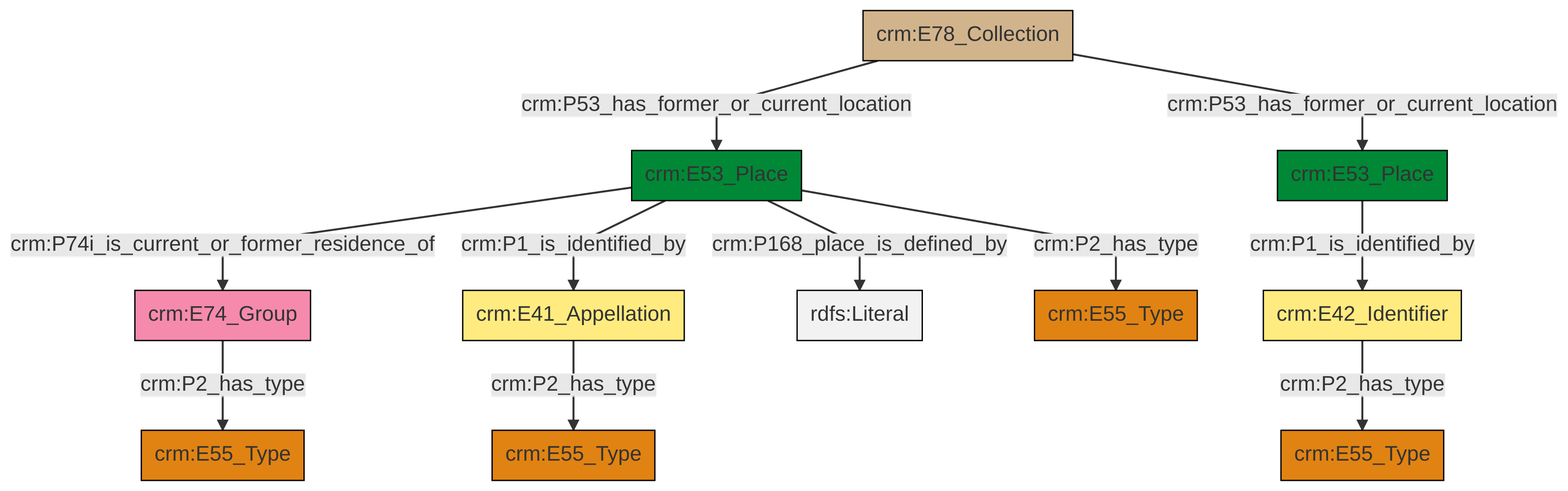
swiss-art-research-net/docs.swissartresearch keeps this Mermaid diagram as et/archivalCSV/ttl/mmd/png/archival_location.png. Above is the earlier version. Its source is kept beside it as et/archivalCSV/ttl/mmd/archival_location.ttl.mmd.
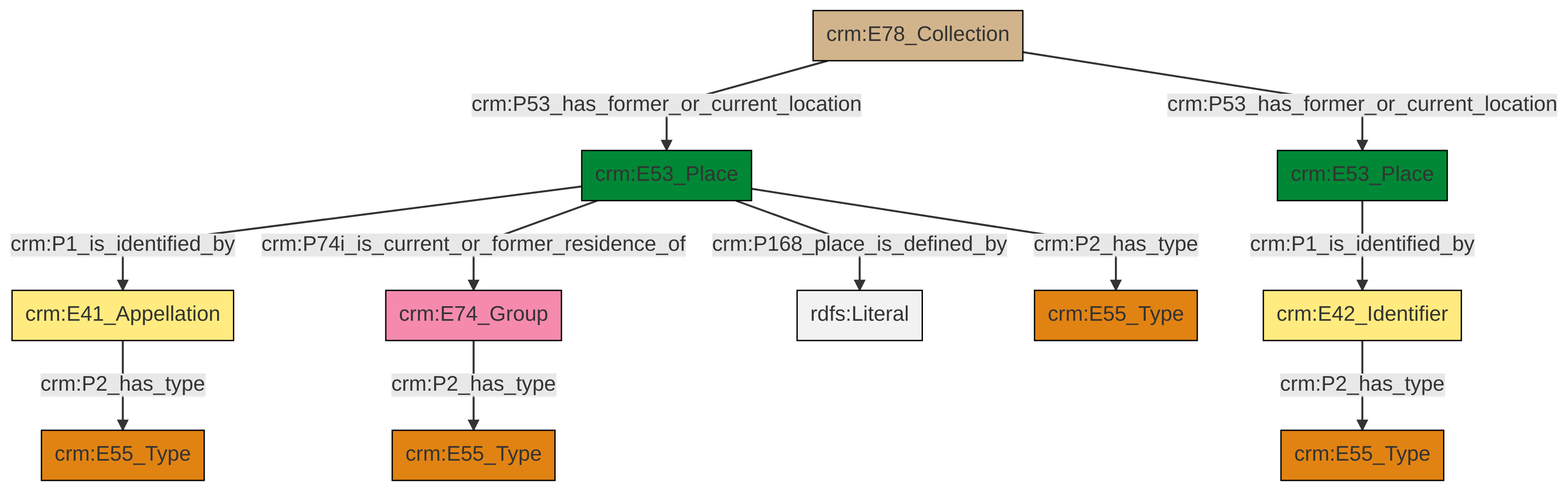
After the change.

What changed in the source:
```diff
@@ -13,13 +13,13 @@
 classDef PC_Classes fill:#4ce600, stroke:#000000;
 classDef Multi fill:#cccccc,stroke:#000000;
 
-0["crm:E53_Place"]:::Place -->|crm:P74i_is_current_or_former_residence_of| 1["crm:E74_Group"]:::Actor
-8["crm:E78_Collection"]:::Physical_Thing -->|crm:P53_has_former_or_current_location| 0["crm:E53_Place"]:::Place
-0["crm:E53_Place"]:::Place -->|crm:P1_is_identified_by| 9["crm:E41_Appellation"]:::Appellation
-0["crm:E53_Place"]:::Place -->|crm:P168_place_is_defined_by| 10[rdfs:Literal]:::Literal
-0["crm:E53_Place"]:::Place -->|crm:P2_has_type| 13["crm:E55_Type"]:::Type
-8["crm:E78_Collection"]:::Physical_Thing -->|crm:P53_has_former_or_current_location| 14["crm:E53_Place"]:::Place
-9["crm:E41_Appellation"]:::Appellation -->|crm:P2_has_type| 11["crm:E55_Type"]:::Type
-14["crm:E53_Place"]:::Place -->|crm:P1_is_identified_by| 2["crm:E42_Identifier"]:::Appellation
-1["crm:E74_Group"]:::Actor -->|crm:P2_has_type| 6["crm:E55_Type"]:::Type
-2["crm:E42_Identifier"]:::Appellation -->|crm:P2_has_type| 4["crm:E55_Type"]:::Type
+0["crm:E41_Appellation"]:::Appellation -->|crm:P2_has_type| 1["crm:E55_Type"]:::Type
+2["crm:E53_Place"]:::Place -->|crm:P1_is_identified_by| 0["crm:E41_Appellation"]:::Appellation
+3["crm:E53_Place"]:::Place -->|crm:P1_is_identified_by| 4["crm:E42_Identifier"]:::Appellation
+2["crm:E53_Place"]:::Place -->|crm:P74i_is_current_or_former_residence_of| 5["crm:E74_Group"]:::Actor
+2["crm:E53_Place"]:::Place -->|crm:P168_place_is_defined_by| 11[rdfs:Literal]:::Literal
+5["crm:E74_Group"]:::Actor -->|crm:P2_has_type| 6["crm:E55_Type"]:::Type
+2["crm:E53_Place"]:::Place -->|crm:P2_has_type| 15["crm:E55_Type"]:::Type
+19["crm:E78_Collection"]:::Physical_Thing -->|crm:P53_has_former_or_current_location| 2["crm:E53_Place"]:::Place
+4["crm:E42_Identifier"]:::Appellation -->|crm:P2_has_type| 12["crm:E55_Type"]:::Type
+19["crm:E78_Collection"]:::Physical_Thing -->|crm:P53_has_former_or_current_location| 3["crm:E53_Place"]:::Place
```
